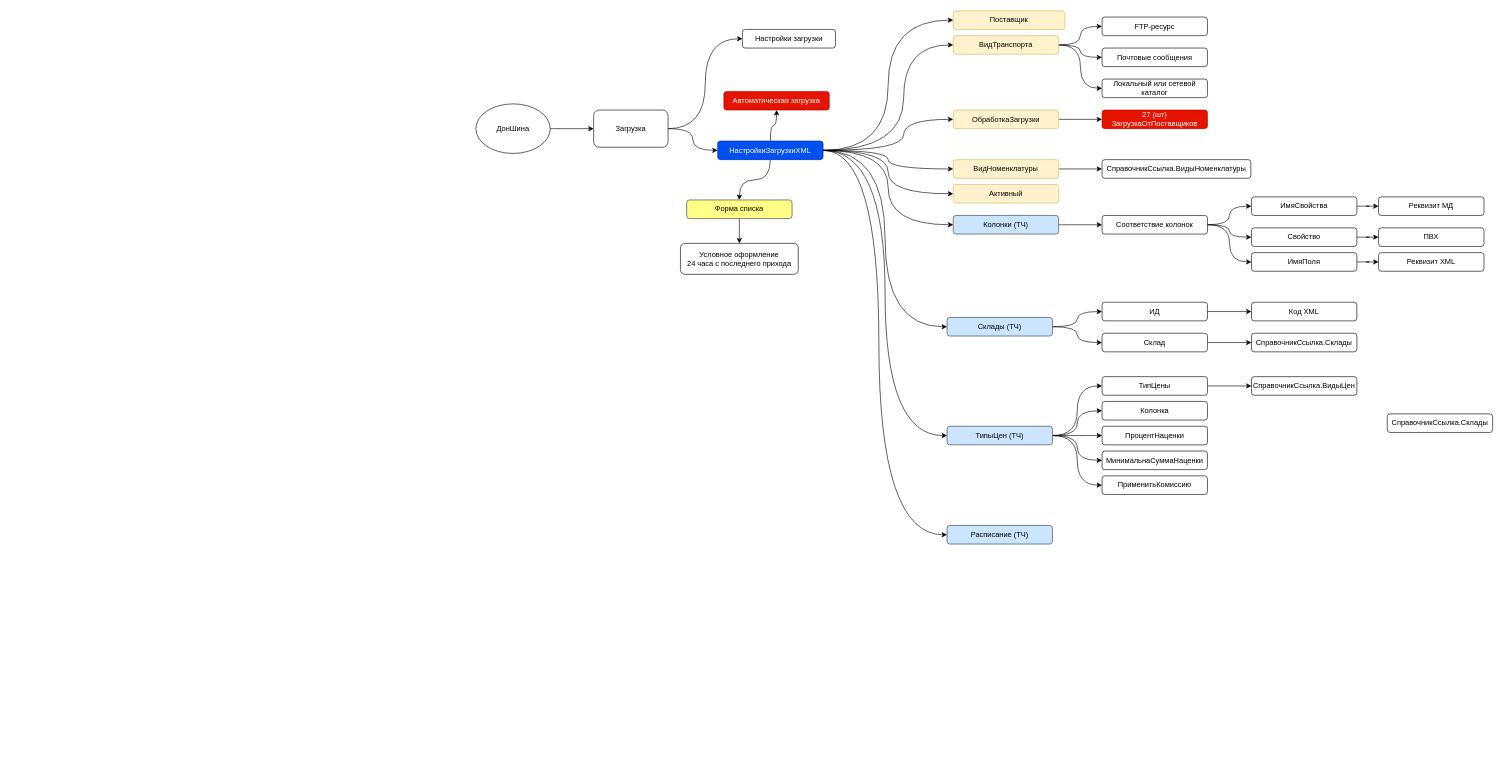
Earlier version of the draw.io diagram ДонШина.drawio (OlegM161/dakar). Source tidied: cells renumbered, new cells numbered last; positions are measured from the earlier drawing's top-left corner, leaving out a move shared by most shapes. Both pictures are drawn from the tidied source at 62%, with x=0, y=0 at pixel (476, 11).
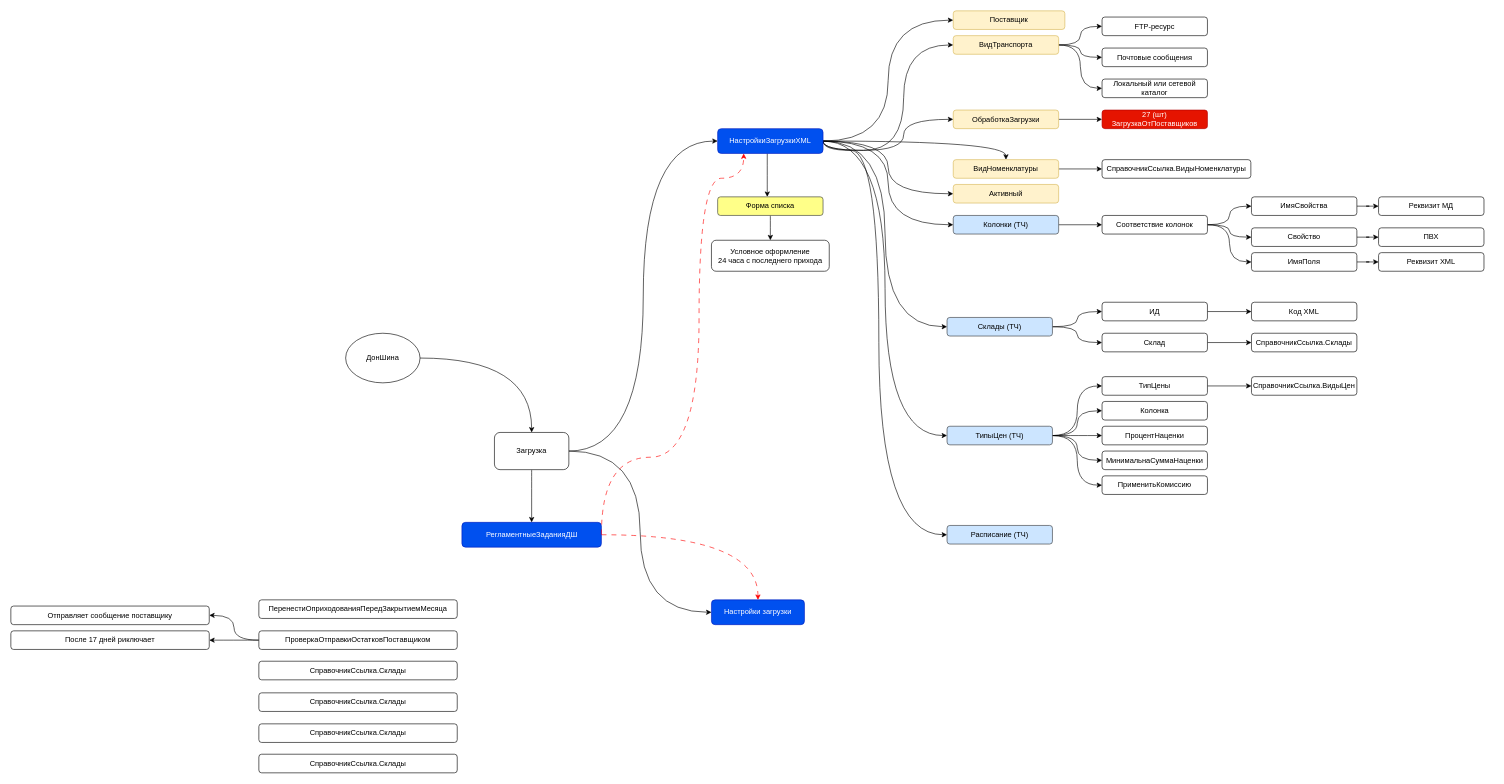
The same page after the edit.

The change refers to these unchanged cells:
```xml
<mxCell id="24" value="ВидТранспорта" style="rounded=1;whiteSpace=wrap;html=1;fillColor=#fff2cc;strokeColor=#d6b656;" parent="1" vertex="1">
  <mxGeometry x="770" y="40" width="170" height="30" as="geometry" />
</mxCell>
<mxCell id="31" value="ОбработкаЗагрузки" style="rounded=1;whiteSpace=wrap;html=1;fillColor=#fff2cc;strokeColor=#d6b656;" parent="1" vertex="1">
  <mxGeometry x="770" y="160" width="170" height="30" as="geometry" />
</mxCell>
<mxCell id="38" value="Расписание (ТЧ)" style="rounded=1;whiteSpace=wrap;html=1;fillColor=#cce5ff;strokeColor=#36393d;" parent="1" vertex="1">
  <mxGeometry x="760" y="830" width="170" height="30" as="geometry" />
</mxCell>
```

Diff of the diagram source:
```diff
@@
     <mxCell id="3" value="ДонШина" style="ellipse;whiteSpace=wrap;html=1;" parent="1" vertex="1">
-      <mxGeometry y="150" width="120" height="80" as="geometry" />
+      <mxGeometry x="-210" y="520" width="120" height="80" as="geometry" />
     </mxCell>
-    <mxCell id="4" value="Настройки загрузки" style="rounded=1;whiteSpace=wrap;html=1;" parent="1" vertex="1">
-      <mxGeometry x="430" y="30" width="150" height="30" as="geometry" />
+    <mxCell id="4" value="Настройки загрузки" style="rounded=1;whiteSpace=wrap;html=1;fillColor=#0050ef;fontColor=#ffffff;strokeColor=#001DBC;" parent="1" vertex="1">
+      <mxGeometry x="380" y="950" width="150" height="40" as="geometry" />
     </mxCell>
@@
     <mxCell id="6" style="edgeStyle=orthogonalEdgeStyle;rounded=0;jettySize=auto;html=1;curved=1;" parent="1" edge="1" source="16" target="29">
-      <mxGeometry relative="1" as="geometry" />
+      <mxGeometry relative="1" as="geometry">
+        <Array as="points">
+          <mxPoint x="470" y="270" />
+          <mxPoint x="470" y="270" />
+        </Array>
+      </mxGeometry>
     </mxCell>
-    <mxCell id="7" style="edgeStyle=orthogonalEdgeStyle;rounded=0;jettySize=auto;html=1;entryX=0;entryY=0.5;entryDx=0;entryDy=0;curved=1;" parent="1" edge="1" source="16" target="24">
+    <mxCell id="7" style="edgeStyle=orthogonalEdgeStyle;rounded=0;jettySize=auto;html=1;entryX=0;entryY=0.5;entryDx=0;entryDy=0;curved=1;exitX=1;exitY=0.5;exitDx=0;exitDy=0;" parent="1" edge="1" source="16" target="24">
       <mxGeometry relative="1" as="geometry">
         <Array as="points">
+          <mxPoint x="560" y="225" />
           <mxPoint x="690" y="225" />
           <mxPoint x="690" y="55" />
         </Array>
       </mxGeometry>
     </mxCell>
-    <mxCell id="8" style="edgeStyle=orthogonalEdgeStyle;rounded=0;jettySize=auto;html=1;entryX=0;entryY=0.5;entryDx=0;entryDy=0;curved=1;" parent="1" edge="1" source="16" target="31">
+    <mxCell id="8" style="edgeStyle=orthogonalEdgeStyle;rounded=0;jettySize=auto;html=1;entryX=0;entryY=0.5;entryDx=0;entryDy=0;curved=1;exitX=1;exitY=0.5;exitDx=0;exitDy=0;" parent="1" edge="1" source="16" target="31">
       <mxGeometry relative="1" as="geometry">
         <Array as="points">
+          <mxPoint x="560" y="225" />
           <mxPoint x="690" y="225" />
           <mxPoint x="690" y="175" />
         </Array>
       </mxGeometry>
     </mxCell>
@@
-    <mxCell id="14" style="edgeStyle=orthogonalEdgeStyle;rounded=0;jettySize=auto;html=1;entryX=0;entryY=0.5;entryDx=0;entryDy=0;curved=1;" parent="1" edge="1" source="16" target="38">
+    <mxCell id="14" style="edgeStyle=orthogonalEdgeStyle;rounded=0;jettySize=auto;html=1;entryX=0;entryY=0.5;entryDx=0;entryDy=0;curved=1;exitX=1;exitY=0.5;exitDx=0;exitDy=0;" parent="1" edge="1" source="16" target="38">
       <mxGeometry relative="1" as="geometry">
         <Array as="points">
+          <mxPoint x="560" y="225" />
           <mxPoint x="650" y="225" />
           <mxPoint x="650" y="845" />
         </Array>
       </mxGeometry>
     </mxCell>
-    <mxCell id="15" style="edgeStyle=orthogonalEdgeStyle;rounded=0;jettySize=auto;html=1;curved=1;" parent="1" edge="1" source="16" target="77">
-      <mxGeometry relative="1" as="geometry" />
-    </mxCell>
     <mxCell id="16" value="НастройкиЗагрузкиXML" style="rounded=1;whiteSpace=wrap;html=1;fillColor=#0050ef;fontColor=#ffffff;strokeColor=#001DBC;" parent="1" vertex="1">
-      <mxGeometry x="390" y="210" width="170" height="30" as="geometry" />
+      <mxGeometry x="390" y="190" width="170" height="40" as="geometry" />
     </mxCell>
@@
-    <mxCell id="18" style="edgeStyle=orthogonalEdgeStyle;rounded=0;jettySize=auto;html=1;curved=1;" parent="1" edge="1" source="19" target="16">
+    <mxCell id="18" style="edgeStyle=orthogonalEdgeStyle;rounded=0;jettySize=auto;html=1;curved=1;entryX=0;entryY=0.5;entryDx=0;entryDy=0;" parent="1" edge="1" source="19" target="16">
       <mxGeometry relative="1" as="geometry" />
     </mxCell>
+    <mxCell id="78" style="edgeStyle=orthogonalEdgeStyle;rounded=0;jettySize=auto;html=1;entryX=0.5;entryY=0;entryDx=0;entryDy=0;curved=1;" parent="1" edge="1" source="19" target="80">
+      <mxGeometry relative="1" as="geometry" />
+    </mxCell>
     <mxCell id="19" value="Загрузка" style="rounded=1;whiteSpace=wrap;html=1;" parent="1" vertex="1">
-      <mxGeometry x="190" y="160" width="120" height="60" as="geometry" />
+      <mxGeometry x="30" y="680" width="120" height="60" as="geometry" />
     </mxCell>
@@
     <mxCell id="29" value="Форма списка" style="rounded=1;whiteSpace=wrap;html=1;fillColor=#ffff88;strokeColor=#36393d;" parent="1" vertex="1">
-      <mxGeometry x="340" y="305" width="170" height="30" as="geometry" />
+      <mxGeometry x="390" y="300" width="170" height="30" as="geometry" />
     </mxCell>
@@
     <mxCell id="37" value="Условное оформление&lt;div&gt;24 часа с последнего прихода&lt;/div&gt;" style="rounded=1;whiteSpace=wrap;html=1;" parent="1" vertex="1">
-      <mxGeometry x="330" y="375" width="190" height="50" as="geometry" />
+      <mxGeometry x="380" y="370" width="190" height="50" as="geometry" />
     </mxCell>
@@
-    <mxCell id="74" value="СправочникСсылка.Склады" style="rounded=1;whiteSpace=wrap;html=1;" parent="1" vertex="1">
-      <mxGeometry x="1470" y="650" width="170" height="30" as="geometry" />
+    <mxCell id="74" value="ПеренестиОприходованияПередЗакрытиемМесяца" style="rounded=1;whiteSpace=wrap;html=1;" parent="1" vertex="1">
+      <mxGeometry x="-350" y="950" width="320" height="30" as="geometry" />
     </mxCell>
@@
-    <mxCell id="77" value="Автоматическая загрузка" style="rounded=1;whiteSpace=wrap;html=1;fillColor=#e51400;fontColor=#ffffff;strokeColor=#B20000;" parent="1" vertex="1">
-      <mxGeometry x="400" y="130" width="170" height="30" as="geometry" />
-    </mxCell>
+    <mxCell id="79" style="edgeStyle=orthogonalEdgeStyle;rounded=0;jettySize=auto;html=1;strokeColor=#FF0000;dashed=1;dashPattern=8 8;curved=1;" parent="1" edge="1" source="80" target="4">
+      <mxGeometry relative="1" as="geometry" />
+    </mxCell>
+    <mxCell id="80" value="РегламентныеЗаданияДШ" style="rounded=1;whiteSpace=wrap;html=1;fillColor=#0050ef;fontColor=#ffffff;strokeColor=#001DBC;" parent="1" vertex="1">
+      <mxGeometry x="-22.5" y="825" width="225" height="40" as="geometry" />
+    </mxCell>
+    <mxCell id="81" style="edgeStyle=orthogonalEdgeStyle;rounded=0;jettySize=auto;html=1;curved=1;dashed=1;dashPattern=8 8;strokeColor=#FF0000;exitX=1;exitY=0.5;exitDx=0;exitDy=0;" parent="1" edge="1" source="80">
+      <mxGeometry relative="1" as="geometry">
+        <mxPoint x="432" y="230" as="targetPoint" />
+        <Array as="points">
+          <mxPoint x="202" y="720" />
+          <mxPoint x="360" y="720" />
+          <mxPoint x="360" y="270" />
+          <mxPoint x="432" y="270" />
+          <mxPoint x="432" y="231" />
+        </Array>
+      </mxGeometry>
+    </mxCell>
+    <mxCell id="82" value="СправочникСсылка.Склады" style="rounded=1;whiteSpace=wrap;html=1;" parent="1" vertex="1">
+      <mxGeometry x="-350" y="1049" width="320" height="30" as="geometry" />
+    </mxCell>
+    <mxCell id="83" style="edgeStyle=orthogonalEdgeStyle;rounded=0;jettySize=auto;html=1;curved=1;" parent="1" edge="1" source="85" target="89">
+      <mxGeometry relative="1" as="geometry" />
+    </mxCell>
+    <mxCell id="84" style="edgeStyle=orthogonalEdgeStyle;rounded=0;jettySize=auto;html=1;entryX=1;entryY=0.5;entryDx=0;entryDy=0;curved=1;" parent="1" edge="1" source="85" target="90">
+      <mxGeometry relative="1" as="geometry" />
+    </mxCell>
+    <mxCell id="85" value="ПроверкаОтправкиОстатковПоставщиком" style="rounded=1;whiteSpace=wrap;html=1;" parent="1" vertex="1">
+      <mxGeometry x="-350" y="1000" width="320" height="30" as="geometry" />
+    </mxCell>
+    <mxCell id="86" value="СправочникСсылка.Склады" style="rounded=1;whiteSpace=wrap;html=1;" parent="1" vertex="1">
+      <mxGeometry x="-350" y="1100" width="320" height="30" as="geometry" />
+    </mxCell>
+    <mxCell id="87" value="СправочникСсылка.Склады" style="rounded=1;whiteSpace=wrap;html=1;" parent="1" vertex="1">
+      <mxGeometry x="-350" y="1199" width="320" height="30" as="geometry" />
+    </mxCell>
+    <mxCell id="88" value="СправочникСсылка.Склады" style="rounded=1;whiteSpace=wrap;html=1;" parent="1" vertex="1">
+      <mxGeometry x="-350" y="1150" width="320" height="30" as="geometry" />
+    </mxCell>
+    <mxCell id="89" value="После 17 дней риключает" style="rounded=1;whiteSpace=wrap;html=1;" parent="1" vertex="1">
+      <mxGeometry x="-750" y="1000" width="320" height="30" as="geometry" />
+    </mxCell>
+    <mxCell id="90" value="Отправляет сообщение поставщику" style="rounded=1;whiteSpace=wrap;html=1;" parent="1" vertex="1">
+      <mxGeometry x="-750" y="960" width="320" height="30" as="geometry" />
+    </mxCell>
```
